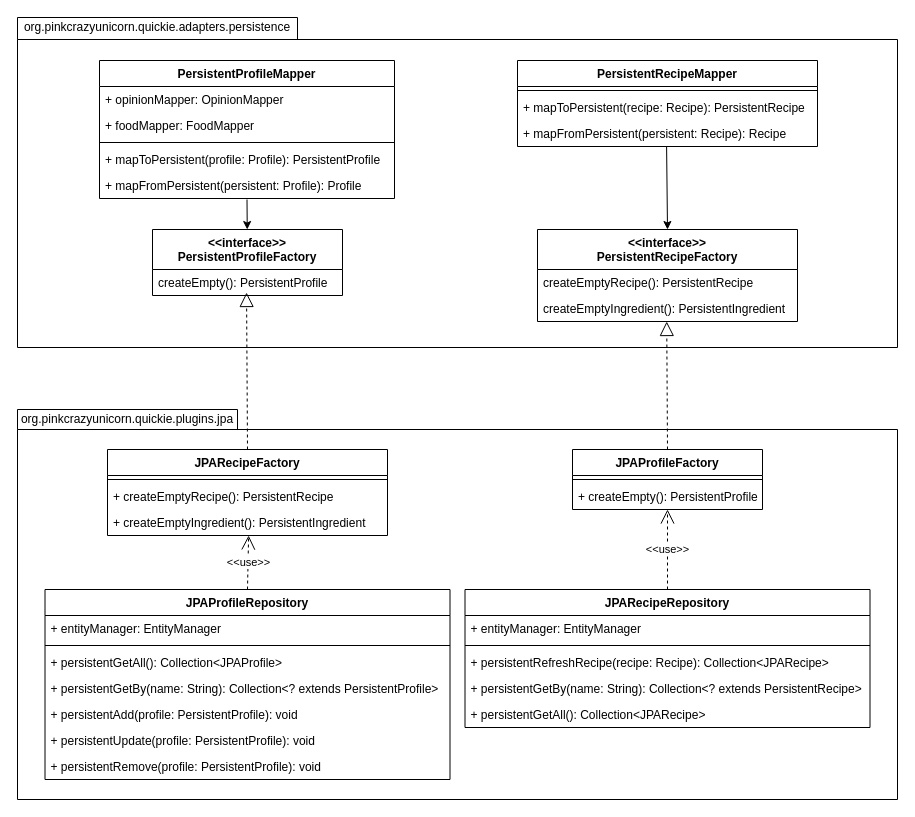
andretrump/quickie keeps this draw.io diagram as docs/diagrams/factory_uml.drawio. Above is the earlier version. Source tidied: cells renumbered, new cells numbered last; positions are measured from the earlier drawing's top-left corner, leaving out a move shared by most shapes. Both pictures are drawn from the tidied source at 100%, with x=0, y=0 at pixel (17, 17).
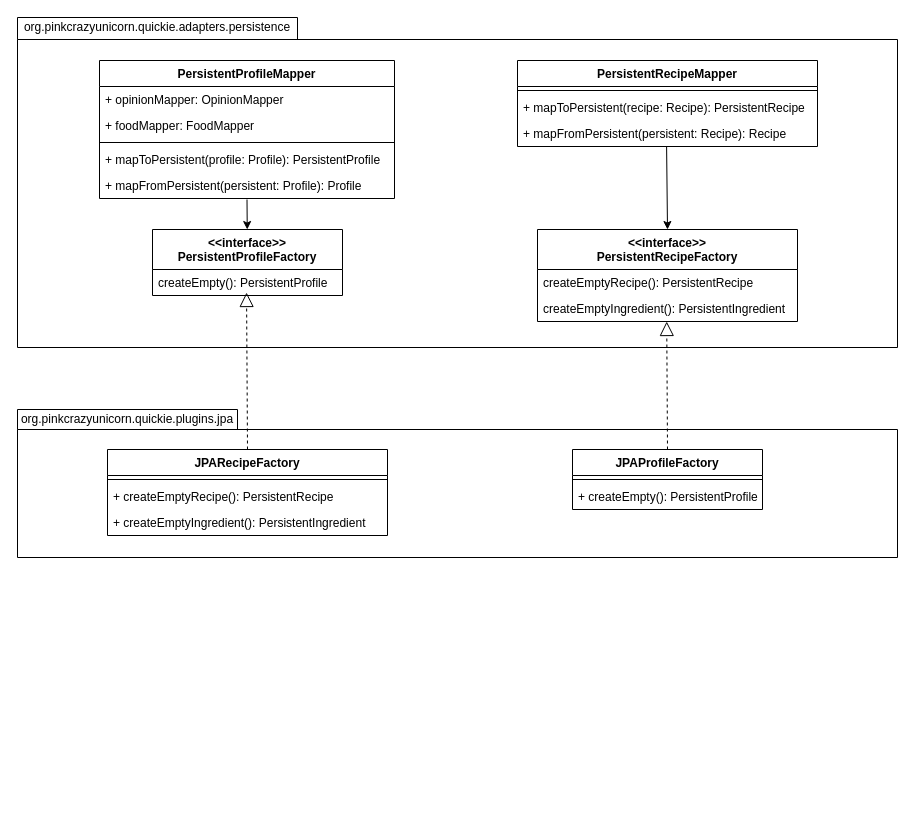
The same diagram, later.

Commit message (it also covers changes not shown here):
Implement requested changes add sequence diagramm

Unchanged cells that the change refers to:
```xml
<mxCell id="11" value="+ createEmpty(): PersistentProfile" style="text;strokeColor=none;fillColor=none;align=left;verticalAlign=top;spacingLeft=4;spacingRight=4;overflow=hidden;points=[[0,0.5],[1,0.5]];portConstraint=eastwest;" parent="9" vertex="1">
  <mxGeometry y="34" width="190" height="26" as="geometry" />
</mxCell>
<mxCell id="15" value="+ createEmptyIngredient(): PersistentIngredient" style="text;strokeColor=none;fillColor=none;align=left;verticalAlign=top;spacingLeft=4;spacingRight=4;overflow=hidden;points=[[0,0.5],[1,0.5]];portConstraint=eastwest;" parent="12" vertex="1">
  <mxGeometry y="60" width="280" height="26" as="geometry" />
</mxCell>
```

The edit, as a diff of the source:
```diff
@@
     <mxCell id="3" style="shape=folder;fontStyle=1;spacingTop=10;tabWidth=220;tabHeight=20;tabPosition=left;html=1;" parent="1" vertex="1">
-      <mxGeometry y="392" width="880" height="390" as="geometry" />
+      <mxGeometry y="392" width="880" height="148" as="geometry" />
     </mxCell>
@@
-    <mxCell id="20" value="JPAProfileRepository" style="swimlane;fontStyle=1;align=center;verticalAlign=top;horizontal=1;startSize=26;" parent="1" vertex="1">
-      <mxGeometry x="27.5" y="572" width="405" height="190" as="geometry" />
-    </mxCell>
-    <mxCell id="21" value="+ entityManager: EntityManager" style="text;strokeColor=none;fillColor=none;align=left;verticalAlign=top;spacingLeft=4;spacingRight=4;overflow=hidden;" parent="20" vertex="1">
-      <mxGeometry y="26" width="405" height="26" as="geometry" />
-    </mxCell>
-    <mxCell id="22" style="line;strokeWidth=1;fillColor=none;align=left;verticalAlign=middle;spacingTop=-1;spacingLeft=3;spacingRight=3;labelPosition=right;" parent="20" vertex="1">
-      <mxGeometry y="52" width="405" height="8" as="geometry" />
-    </mxCell>
-    <mxCell id="23" value="+ persistentGetAll(): Collection&lt;JPAProfile&gt;" style="text;strokeColor=none;fillColor=none;align=left;verticalAlign=top;spacingLeft=4;spacingRight=4;overflow=hidden;" parent="20" vertex="1">
-      <mxGeometry y="60" width="405" height="26" as="geometry" />
-    </mxCell>
-    <mxCell id="24" value="+ persistentGetBy(name: String): Collection&lt;? extends PersistentProfile&gt;" style="text;strokeColor=none;fillColor=none;align=left;verticalAlign=top;spacingLeft=4;spacingRight=4;overflow=hidden;" parent="20" vertex="1">
-      <mxGeometry y="86" width="405" height="26" as="geometry" />
-    </mxCell>
-    <mxCell id="25" value="+ persistentAdd(profile: PersistentProfile): void" style="text;strokeColor=none;fillColor=none;align=left;verticalAlign=top;spacingLeft=4;spacingRight=4;overflow=hidden;" parent="20" vertex="1">
-      <mxGeometry y="112" width="405" height="26" as="geometry" />
-    </mxCell>
-    <mxCell id="26" value="+ persistentUpdate(profile: PersistentProfile): void" style="text;strokeColor=none;fillColor=none;align=left;verticalAlign=top;spacingLeft=4;spacingRight=4;overflow=hidden;" parent="20" vertex="1">
-      <mxGeometry y="138" width="405" height="26" as="geometry" />
-    </mxCell>
-    <mxCell id="27" value="+ persistentRemove(profile: PersistentProfile): void" style="text;strokeColor=none;fillColor=none;align=left;verticalAlign=top;spacingLeft=4;spacingRight=4;overflow=hidden;" parent="20" vertex="1">
-      <mxGeometry y="164" width="405" height="26" as="geometry" />
-    </mxCell>
-    <mxCell id="28" value="JPARecipeRepository" style="swimlane;fontStyle=1;align=center;verticalAlign=top;horizontal=1;startSize=26;" parent="1" vertex="1">
-      <mxGeometry x="447.5" y="572" width="405" height="138" as="geometry" />
-    </mxCell>
-    <mxCell id="29" value="+ entityManager: EntityManager" style="text;strokeColor=none;fillColor=none;align=left;verticalAlign=top;spacingLeft=4;spacingRight=4;overflow=hidden;" parent="28" vertex="1">
-      <mxGeometry y="26" width="405" height="26" as="geometry" />
-    </mxCell>
-    <mxCell id="30" style="line;strokeWidth=1;fillColor=none;align=left;verticalAlign=middle;spacingTop=-1;spacingLeft=3;spacingRight=3;labelPosition=right;" parent="28" vertex="1">
-      <mxGeometry y="52" width="405" height="8" as="geometry" />
-    </mxCell>
-    <mxCell id="31" value="+ persistentRefreshRecipe(recipe: Recipe): Collection&lt;JPARecipe&gt;" style="text;strokeColor=none;fillColor=none;align=left;verticalAlign=top;spacingLeft=4;spacingRight=4;overflow=hidden;" parent="28" vertex="1">
-      <mxGeometry y="60" width="405" height="26" as="geometry" />
-    </mxCell>
-    <mxCell id="32" value="+ persistentGetBy(name: String): Collection&lt;? extends PersistentRecipe&gt;" style="text;strokeColor=none;fillColor=none;align=left;verticalAlign=top;spacingLeft=4;spacingRight=4;overflow=hidden;" parent="28" vertex="1">
-      <mxGeometry y="86" width="405" height="26" as="geometry" />
-    </mxCell>
-    <mxCell id="33" value="+ persistentGetAll(): Collection&lt;JPARecipe&gt;" style="text;strokeColor=none;fillColor=none;align=left;verticalAlign=top;spacingLeft=4;spacingRight=4;overflow=hidden;" parent="28" vertex="1">
-      <mxGeometry y="112" width="405" height="26" as="geometry" />
-    </mxCell>
-    <mxCell id="34" value="&amp;lt;&amp;lt;use&amp;gt;&amp;gt;" style="endArrow=open;endSize=12;dashed=1;html=1;rounded=0;exitX=0.5;exitY=0;exitDx=0;exitDy=0;entryX=0.504;entryY=1;entryDx=0;entryDy=0;entryPerimeter=0;" parent="1" edge="1" source="20" target="15">
-      <mxGeometry relative="1" as="geometry" />
-    </mxCell>
-    <mxCell id="35" value="&amp;lt;&amp;lt;use&amp;gt;&amp;gt;" style="endArrow=open;endSize=12;dashed=1;html=1;rounded=0;exitX=0.5;exitY=0;exitDx=0;exitDy=0;" parent="1" edge="1" source="28" target="11">
-      <mxGeometry relative="1" as="geometry" />
-    </mxCell>
```
